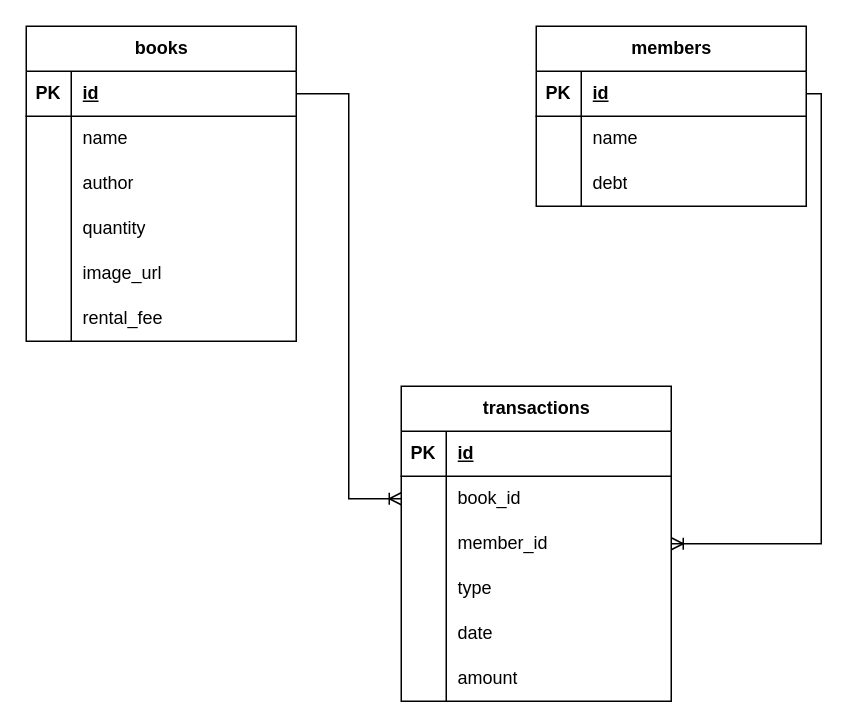
Above: BookNest-db.drawio in SymonMuchemi/BookNest-Server (draw.io), before the change. Source tidied: cells renumbered, new cells numbered last; positions are measured from the earlier drawing's top-left corner, leaving out a move shared by most shapes. Both pictures are drawn from the tidied source at 150%, with x=0, y=0 at pixel (26, 26).
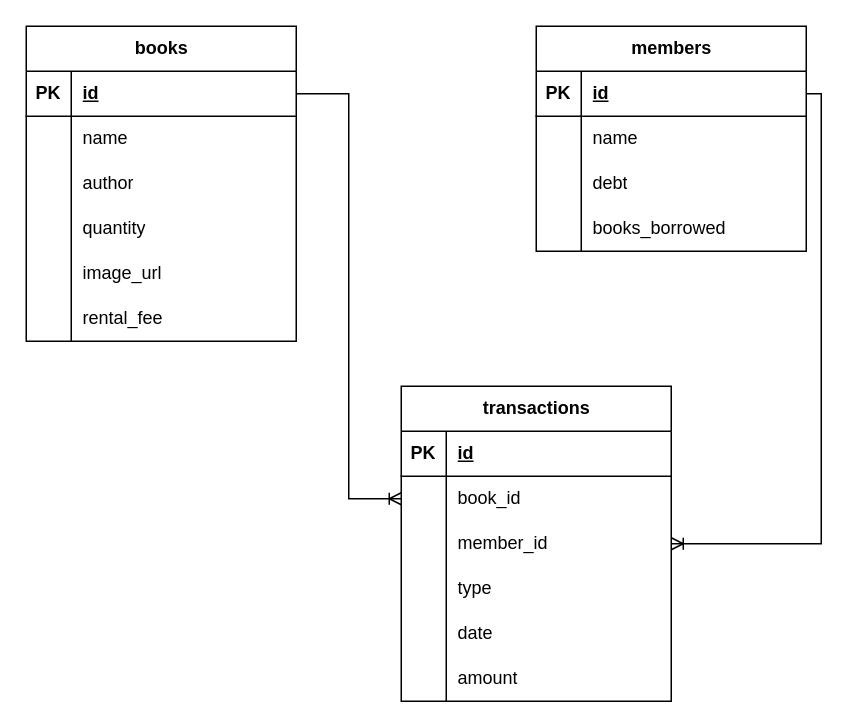
After the change.

Commit message (it also covers changes not shown here):
update: create Member.books_borrowed to take count of books

The edit, as a diff of the source:
```diff
@@
     <mxCell id="21" value="members" style="shape=table;startSize=30;childLayout=tableLayout;rowLines=0;fontStyle=1;align=center;html=1;" parent="1" vertex="1">
-      <mxGeometry x="340" width="180" height="120" as="geometry" />
+      <mxGeometry x="340" width="180" height="150" as="geometry" />
     </mxCell>
@@
+    <mxCell id="52" style="shape=tableRow;horizontal=0;startSize=0;swimlaneHead=0;swimlaneBody=0;fillColor=none;top=0;left=0;right=0;bottom=0;" parent="21" vertex="1">
+      <mxGeometry y="120" width="180" height="30" as="geometry" />
+    </mxCell>
+    <mxCell id="53" style="shape=partialRectangle;fillColor=none;top=0;left=0;bottom=0;right=0;overflow=hidden;whiteSpace=wrap;html=1;" parent="52" vertex="1">
+      <mxGeometry width="30" height="30" as="geometry" />
+    </mxCell>
+    <mxCell id="54" value="books_borrowed" style="shape=partialRectangle;fillColor=none;top=0;left=0;bottom=0;right=0;align=left;spacingLeft=6;overflow=hidden;whiteSpace=wrap;html=1;" parent="52" vertex="1">
+      <mxGeometry x="30" width="150" height="30" as="geometry" />
+    </mxCell>
```
